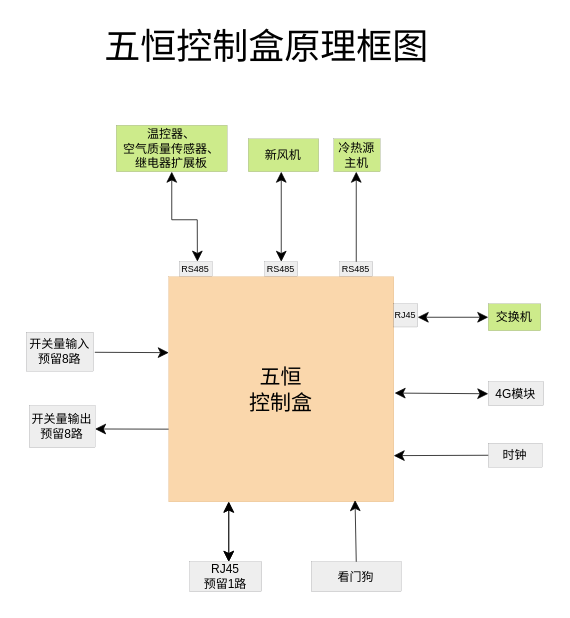
JohnNash23/test keeps this draw.io diagram as 空调需求原理框图.drawio. Above is the earlier version. Source tidied: cells renumbered, new cells numbered last; positions are measured from the earlier drawing's top-left corner, leaving out a move shared by most shapes. Both pictures are drawn from the tidied source at 150%, with x=0, y=0 at pixel (26, 28).
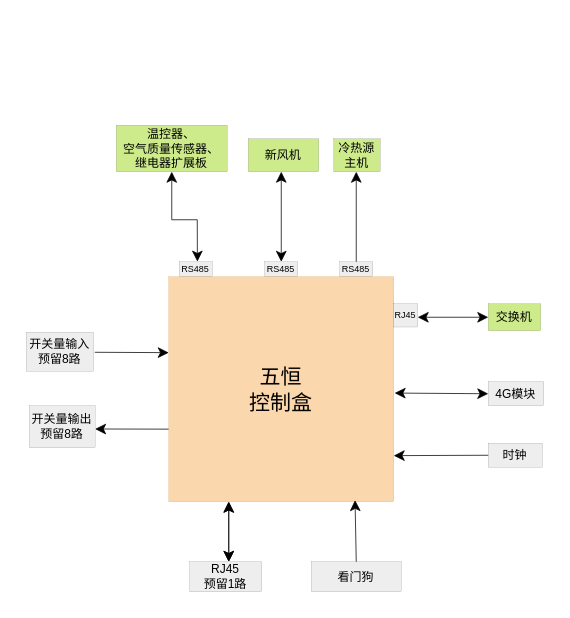
The same page after the edit.

Change to the diagram source:
```diff
@@
-    <mxCell id="24" value="&lt;font style=&quot;font-size: 24px&quot;&gt;五恒控制盒原理框图&lt;/font&gt;" style="text;html=1;align=center;verticalAlign=middle;strokeColor=none;fillColor=none;" parent="1" vertex="1">
-      <mxGeometry x="46" width="227" height="24" as="geometry" />
-    </mxCell>
```
